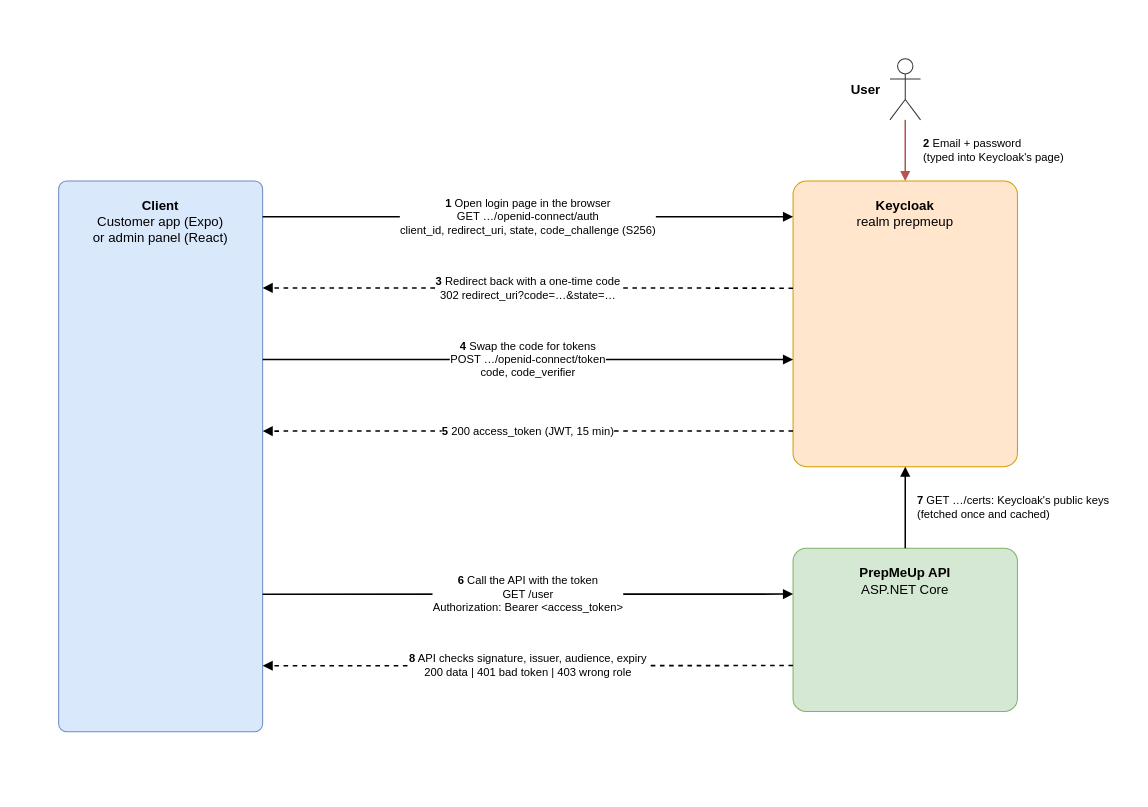
Before: docs/assets/drawio/auth-flow.drawio in Mosekjaer/prepmeup, a draw.io diagram. Source tidied: cells renumbered, new cells numbered last; positions are measured from the earlier drawing's top-left corner, leaving out a move shared by most shapes. Both pictures are drawn from the tidied source at 102%, with x=0, y=0 at pixel (58, 58).
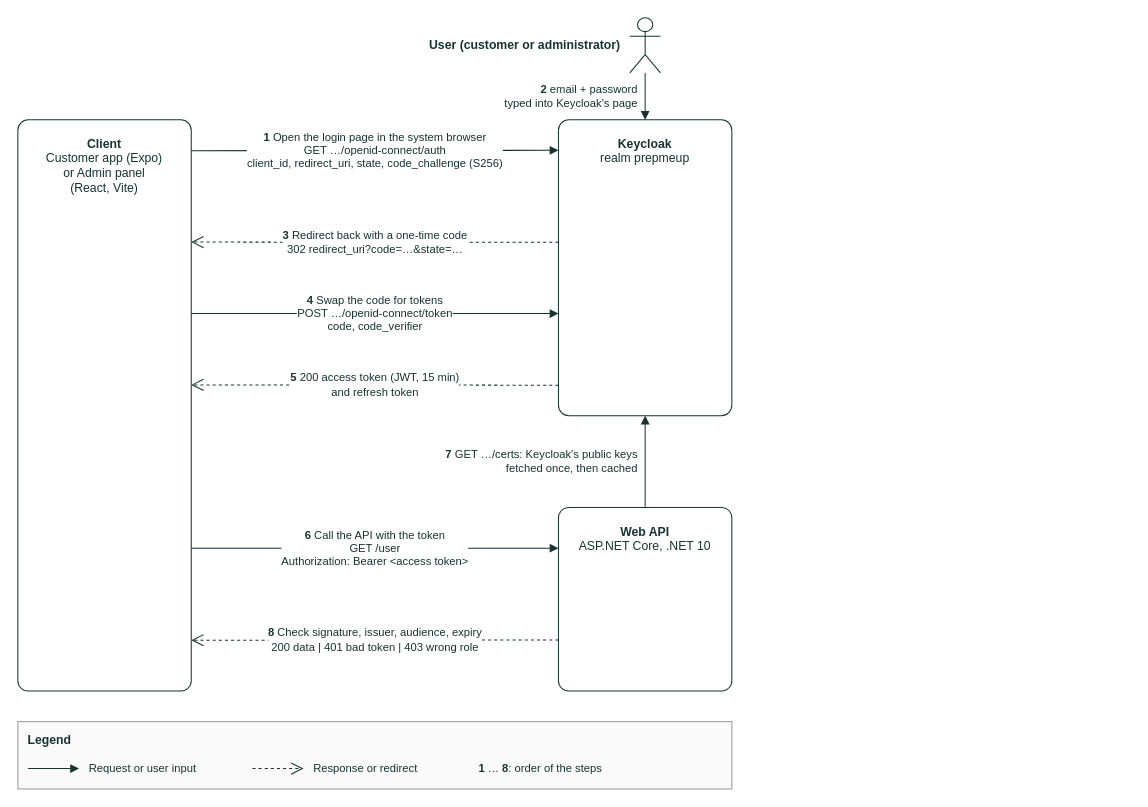
Above is the later version.

Commit message (it also covers changes not shown here):
docs(diagrams): unify login, onboarding and request flows

What changed in the source:
```diff
@@
-    <mxCell id="2" value="User" style="shape=umlActor;verticalLabelPosition=middle;labelPosition=left;align=right;verticalAlign=middle;spacingRight=8;html=1;fontSize=13;fontStyle=1;strokeColor=#333333;" parent="1" vertex="1">
-      <mxGeometry x="815" width="30" height="60" as="geometry" />
+    <mxCell id="2" value="User (customer or administrator)" style="shape=umlActor;verticalLabelPosition=middle;labelPosition=left;align=right;verticalAlign=middle;spacingRight=8;html=1;fontSize=12;fontStyle=1;strokeColor=#173330;fontColor=#173330;fillColor=#FFFFFF;fontFamily=Arial;" parent="1" vertex="1">
+      <mxGeometry x="560" y="-40" width="30" height="54" as="geometry" />
     </mxCell>
-    <mxCell id="3" value="&lt;b&gt;Client&lt;/b&gt;&lt;br&gt;Customer app (Expo)&lt;br&gt;or admin panel (React)" style="rounded=1;arcSize=4;whiteSpace=wrap;html=1;verticalAlign=top;spacingTop=10;fontSize=13;fillColor=#dae8fc;strokeColor=#6c8ebf;" parent="1" vertex="1">
-      <mxGeometry y="120" width="200" height="540" as="geometry" />
+    <mxCell id="3" value="&lt;b&gt;Client&lt;/b&gt;&lt;br&gt;Customer app (Expo)&lt;br&gt;or Admin panel&lt;br&gt;(React, Vite)" style="rounded=1;arcSize=6;whiteSpace=wrap;html=1;verticalAlign=top;spacingTop=10;fontSize=12;fillColor=#FFFFFF;strokeColor=#173330;fontColor=#173330;fontFamily=Arial;" parent="1" vertex="1">
+      <mxGeometry x="-40" y="60" width="170" height="560" as="geometry" />
     </mxCell>
-    <mxCell id="4" value="&lt;b&gt;Keycloak&lt;/b&gt;&lt;br&gt;realm prepmeup" style="rounded=1;arcSize=6;whiteSpace=wrap;html=1;verticalAlign=top;spacingTop=10;fontSize=13;fillColor=#ffe6cc;strokeColor=#d79b00;" parent="1" vertex="1">
-      <mxGeometry x="720" y="120" width="220" height="280" as="geometry" />
+    <mxCell id="4" value="&lt;b&gt;Keycloak&lt;/b&gt;&lt;br&gt;realm prepmeup" style="rounded=1;arcSize=6;whiteSpace=wrap;html=1;verticalAlign=top;spacingTop=10;fontSize=12;fillColor=#FFFFFF;strokeColor=#173330;fontColor=#173330;fontFamily=Arial;" parent="1" vertex="1">
+      <mxGeometry x="490" y="60" width="170" height="290" as="geometry" />
     </mxCell>
-    <mxCell id="5" value="&lt;b&gt;PrepMeUp API&lt;/b&gt;&lt;br&gt;ASP.NET Core" style="rounded=1;arcSize=8;whiteSpace=wrap;html=1;verticalAlign=top;spacingTop=10;fontSize=13;fillColor=#d5e8d4;strokeColor=#82b366;" parent="1" vertex="1">
-      <mxGeometry x="720" y="480" width="220" height="160" as="geometry" />
+    <mxCell id="5" value="&lt;b&gt;Web API&lt;/b&gt;&lt;br&gt;ASP.NET Core, .NET 10" style="rounded=1;arcSize=6;whiteSpace=wrap;html=1;verticalAlign=top;spacingTop=10;fontSize=12;fillColor=#FFFFFF;strokeColor=#173330;fontColor=#173330;fontFamily=Arial;" parent="1" vertex="1">
+      <mxGeometry x="490" y="440" width="170" height="180" as="geometry" />
     </mxCell>
-    <mxCell id="6" value="&lt;b&gt;1&lt;/b&gt;  Open login page in the browser&lt;br&gt;GET …/openid-connect/auth&lt;br&gt;client_id, redirect_uri, state, code_challenge (S256)" style="endArrow=block;endFill=1;html=1;fontSize=11;labelBackgroundColor=#ffffff;strokeWidth=1.5;exitX=1;exitY=0.065;exitDx=0;exitDy=0;entryX=0;entryY=0.125;entryDx=0;entryDy=0;" parent="1" edge="1" source="3" target="4">
+    <mxCell id="6" value="&lt;b&gt;1&lt;/b&gt;  Open the login page in the system browser&lt;br&gt;GET …/openid-connect/auth&lt;br&gt;client_id, redirect_uri, state, code_challenge (S256)" style="endArrow=block;endFill=1;html=1;rounded=0;fontSize=11;labelBackgroundColor=#FFFFFF;strokeColor=#173330;fontColor=#173330;fontFamily=Arial;exitX=1;exitY=0.054;exitDx=0;exitDy=0;entryX=0;entryY=0.103;entryDx=0;entryDy=0;" parent="1" edge="1" source="3" target="4">
       <mxGeometry relative="1" as="geometry" />
     </mxCell>
-    <mxCell id="7" value="&lt;b&gt;2&lt;/b&gt;  Email + password&lt;br&gt;(typed into Keycloak's page)" style="endArrow=block;endFill=1;html=1;fontSize=11;labelBackgroundColor=#ffffff;strokeWidth=1.5;strokeColor=#b85450;fontColor=#000000;align=left;labelPosition=right;spacingLeft=6;exitX=0.5;exitY=1;exitDx=0;exitDy=0;entryX=0.5;entryY=0;entryDx=0;entryDy=0;" parent="1" edge="1" source="2" target="4">
-      <mxGeometry relative="1" as="geometry">
-        <mxPoint x="10" as="offset" />
-      </mxGeometry>
+    <mxCell id="7" value="&lt;b&gt;2&lt;/b&gt;  email + password&lt;br&gt;typed into Keycloak's page" style="endArrow=block;endFill=1;html=1;rounded=0;fontSize=11;labelBackgroundColor=#FFFFFF;strokeColor=#173330;fontColor=#173330;fontFamily=Arial;labelPosition=left;align=right;spacingRight=6;exitX=0.5;exitY=1;exitDx=0;exitDy=0;entryX=0.5;entryY=0;entryDx=0;entryDy=0;" parent="1" edge="1" source="2" target="4">
+      <mxGeometry relative="1" as="geometry" />
     </mxCell>
-    <mxCell id="8" value="&lt;b&gt;3&lt;/b&gt;  Redirect back with a one-time code&lt;br&gt;302 redirect_uri?code=…&amp;amp;state=…" style="endArrow=block;endFill=1;html=1;fontSize=11;labelBackgroundColor=#ffffff;strokeWidth=1.5;dashed=1;exitX=0;exitY=0.375;exitDx=0;exitDy=0;entryX=1;entryY=0.194;entryDx=0;entryDy=0;" parent="1" edge="1" source="4" target="3">
+    <mxCell id="8" value="&lt;b&gt;3&lt;/b&gt;  Redirect back with a one-time code&lt;br&gt;302 redirect_uri?code=…&amp;amp;state=…" style="endArrow=open;endSize=10;dashed=1;html=1;rounded=0;fontSize=11;labelBackgroundColor=#FFFFFF;strokeColor=#173330;fontColor=#173330;fontFamily=Arial;exitX=0;exitY=0.414;exitDx=0;exitDy=0;entryX=1;entryY=0.214;entryDx=0;entryDy=0;" parent="1" edge="1" source="4" target="3">
       <mxGeometry relative="1" as="geometry" />
     </mxCell>
-    <mxCell id="9" value="&lt;b&gt;4&lt;/b&gt;  Swap the code for tokens&lt;br&gt;POST …/openid-connect/token&lt;br&gt;code, code_verifier" style="endArrow=block;endFill=1;html=1;fontSize=11;labelBackgroundColor=#ffffff;strokeWidth=1.5;exitX=1;exitY=0.324;exitDx=0;exitDy=0;entryX=0;entryY=0.625;entryDx=0;entryDy=0;" parent="1" edge="1" source="3" target="4">
+    <mxCell id="9" value="&lt;b&gt;4&lt;/b&gt;  Swap the code for tokens&lt;br&gt;POST …/openid-connect/token&lt;br&gt;code, code_verifier" style="endArrow=block;endFill=1;html=1;rounded=0;fontSize=11;labelBackgroundColor=#FFFFFF;strokeColor=#173330;fontColor=#173330;fontFamily=Arial;exitX=1;exitY=0.339;exitDx=0;exitDy=0;entryX=0;entryY=0.655;entryDx=0;entryDy=0;" parent="1" edge="1" source="3" target="4">
       <mxGeometry relative="1" as="geometry" />
     </mxCell>
-    <mxCell id="10" value="&lt;b&gt;5&lt;/b&gt;  200 access_token (JWT, 15 min)" style="endArrow=block;endFill=1;html=1;fontSize=11;labelBackgroundColor=#ffffff;strokeWidth=1.5;dashed=1;exitX=0;exitY=0.875;exitDx=0;exitDy=0;entryX=1;entryY=0.454;entryDx=0;entryDy=0;" parent="1" edge="1" source="4" target="3">
+    <mxCell id="10" value="&lt;b&gt;5&lt;/b&gt;  200 access token (JWT, 15 min)&lt;br&gt;and refresh token" style="endArrow=open;endSize=10;dashed=1;html=1;rounded=0;fontSize=11;labelBackgroundColor=#FFFFFF;strokeColor=#173330;fontColor=#173330;fontFamily=Arial;exitX=0;exitY=0.897;exitDx=0;exitDy=0;entryX=1;entryY=0.464;entryDx=0;entryDy=0;" parent="1" edge="1" source="4" target="3">
       <mxGeometry relative="1" as="geometry" />
     </mxCell>
-    <mxCell id="11" value="&lt;b&gt;6&lt;/b&gt;  Call the API with the token&lt;br&gt;GET /user&lt;br&gt;Authorization: Bearer &amp;lt;access_token&amp;gt;" style="endArrow=block;endFill=1;html=1;fontSize=11;labelBackgroundColor=#ffffff;strokeWidth=1.5;exitX=1;exitY=0.75;exitDx=0;exitDy=0;entryX=0;entryY=0.281;entryDx=0;entryDy=0;" parent="1" edge="1" source="3" target="5">
+    <mxCell id="11" value="&lt;b&gt;6&lt;/b&gt;  Call the API with the token&lt;br&gt;GET /user&lt;br&gt;Authorization: Bearer &amp;lt;access token&amp;gt;" style="endArrow=block;endFill=1;html=1;rounded=0;fontSize=11;labelBackgroundColor=#FFFFFF;strokeColor=#173330;fontColor=#173330;fontFamily=Arial;exitX=1;exitY=0.75;exitDx=0;exitDy=0;entryX=0;entryY=0.222;entryDx=0;entryDy=0;" parent="1" edge="1" source="3" target="5">
       <mxGeometry relative="1" as="geometry" />
     </mxCell>
-    <mxCell id="12" style="endArrow=block;endFill=1;html=1;strokeWidth=1.5;exitX=0.5;exitY=0;exitDx=0;exitDy=0;entryX=0.5;entryY=1;entryDx=0;entryDy=0;" parent="1" edge="1" source="5" target="4">
+    <mxCell id="12" value="&lt;b&gt;7&lt;/b&gt;  GET …/certs: Keycloak's public keys&lt;br&gt;fetched once, then cached" style="endArrow=block;endFill=1;html=1;rounded=0;fontSize=11;labelBackgroundColor=#FFFFFF;strokeColor=#173330;fontColor=#173330;fontFamily=Arial;labelPosition=left;align=right;spacingRight=6;exitX=0.5;exitY=0;exitDx=0;exitDy=0;entryX=0.5;entryY=1;entryDx=0;entryDy=0;" parent="1" edge="1" source="5" target="4">
       <mxGeometry relative="1" as="geometry" />
     </mxCell>
-    <mxCell id="13" value="&lt;b&gt;7&lt;/b&gt;  GET …/certs: Keycloak's public keys&lt;br&gt;(fetched once and cached)" style="text;html=1;align=left;verticalAlign=middle;fontSize=11;" parent="1" vertex="1">
-      <mxGeometry x="840" y="415" width="210" height="50" as="geometry" />
-    </mxCell>
-    <mxCell id="14" value="&lt;b&gt;8&lt;/b&gt;  API checks signature, issuer, audience, expiry&lt;br&gt;200 data  |  401 bad token  |  403 wrong role" style="endArrow=block;endFill=1;html=1;fontSize=11;labelBackgroundColor=#ffffff;strokeWidth=1.5;dashed=1;exitX=0;exitY=0.719;exitDx=0;exitDy=0;entryX=1;entryY=0.88;entryDx=0;entryDy=0;" parent="1" edge="1" source="5" target="3">
+    <mxCell id="14" value="&lt;b&gt;8&lt;/b&gt;  Check signature, issuer, audience, expiry&lt;br&gt;200 data  |  401 bad token  |  403 wrong role" style="endArrow=open;endSize=10;dashed=1;html=1;rounded=0;fontSize=11;labelBackgroundColor=#FFFFFF;strokeColor=#173330;fontColor=#173330;fontFamily=Arial;exitX=0;exitY=0.722;exitDx=0;exitDy=0;entryX=1;entryY=0.911;entryDx=0;entryDy=0;" parent="1" edge="1" source="5" target="3">
       <mxGeometry relative="1" as="geometry" />
     </mxCell>
+    <mxCell id="15" value="Legend" style="rounded=0;html=1;whiteSpace=wrap;verticalAlign=top;align=left;spacingLeft=8;spacingTop=4;fontStyle=1;fontSize=12;fillColor=#FAFAFA;strokeColor=#999999;fontColor=#173330;fontFamily=Arial;" parent="1" vertex="1">
+      <mxGeometry x="-40" y="650" width="700" height="66" as="geometry" />
+    </mxCell>
+    <mxCell id="16" style="endArrow=block;endFill=1;html=1;rounded=0;fontSize=11;labelBackgroundColor=#FFFFFF;strokeColor=#173330;fontColor=#173330;fontFamily=Arial;" parent="15" edge="1">
+      <mxGeometry relative="1" as="geometry">
+        <mxPoint x="10" y="46" as="sourcePoint" />
+        <mxPoint x="60" y="46" as="targetPoint" />
+      </mxGeometry>
+    </mxCell>
+    <mxCell id="17" value="Request or user input" style="text;html=1;align=left;verticalAlign=middle;whiteSpace=wrap;fontSize=11;fontColor=#173330;fontFamily=Arial;" parent="15" vertex="1">
+      <mxGeometry x="68" y="32" width="150" height="28" as="geometry" />
+    </mxCell>
+    <mxCell id="18" style="endArrow=open;endSize=10;dashed=1;html=1;rounded=0;fontSize=11;labelBackgroundColor=#FFFFFF;strokeColor=#173330;fontColor=#173330;fontFamily=Arial;" parent="15" edge="1">
+      <mxGeometry relative="1" as="geometry">
+        <mxPoint x="230" y="46" as="sourcePoint" />
+        <mxPoint x="280" y="46" as="targetPoint" />
+      </mxGeometry>
+    </mxCell>
+    <mxCell id="19" value="Response or redirect" style="text;html=1;align=left;verticalAlign=middle;whiteSpace=wrap;fontSize=11;fontColor=#173330;fontFamily=Arial;" parent="15" vertex="1">
+      <mxGeometry x="288" y="32" width="150" height="28" as="geometry" />
+    </mxCell>
+    <mxCell id="20" value="&lt;b&gt;1&lt;/b&gt; … &lt;b&gt;8&lt;/b&gt;: order of the steps" style="text;html=1;align=left;verticalAlign=middle;whiteSpace=wrap;fontSize=11;fontColor=#173330;fontFamily=Arial;" parent="15" vertex="1">
+      <mxGeometry x="450" y="32" width="245" height="28" as="geometry" />
+    </mxCell>
```
